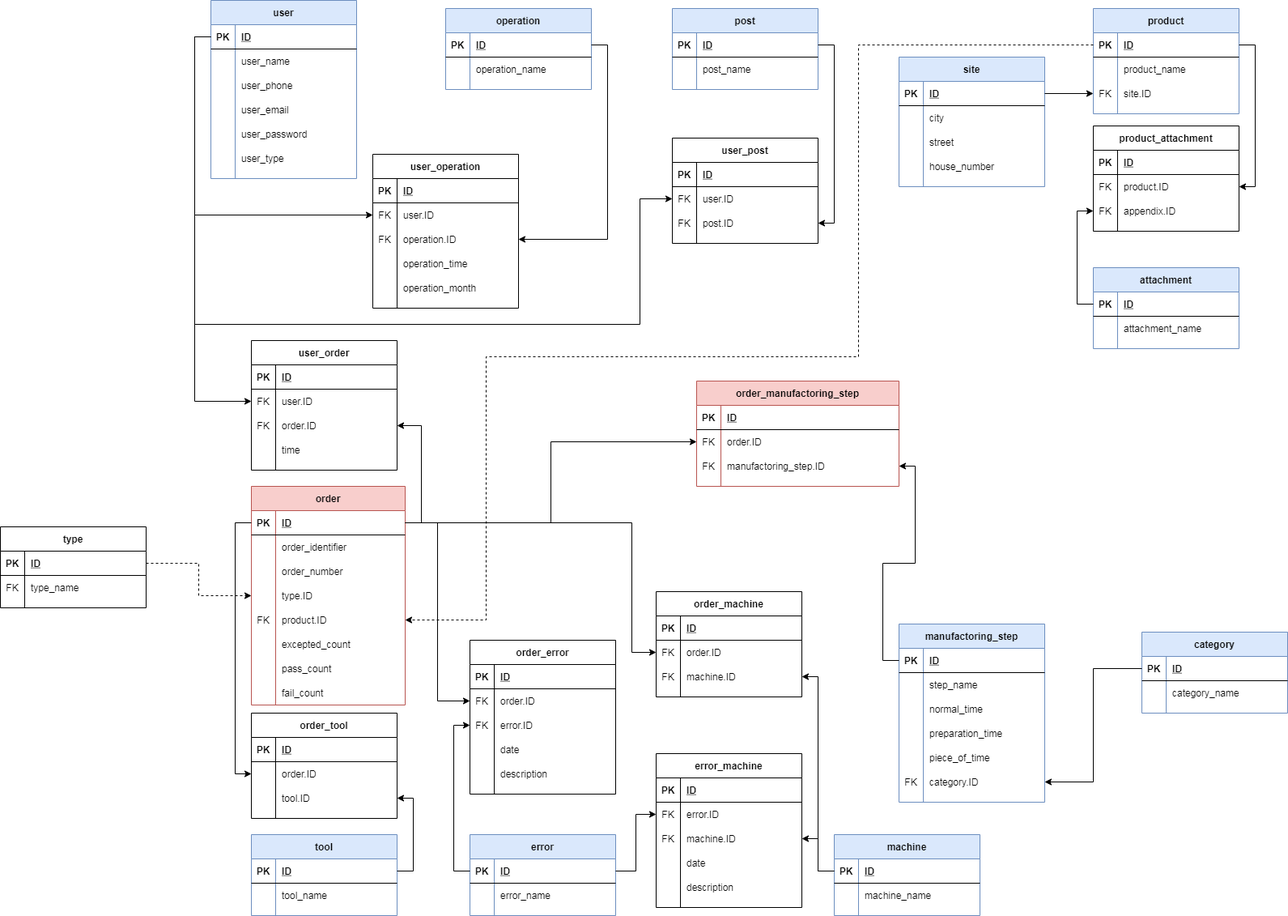
The draw.io diagram DOC/diagrams/database_plan_2_0_0.png in KerteszZoltan/mesterminal, before a commit. Source tidied: cells renumbered, new cells last; positions are measured from the earlier drawing's top-left corner, leaving out a move shared by most shapes.
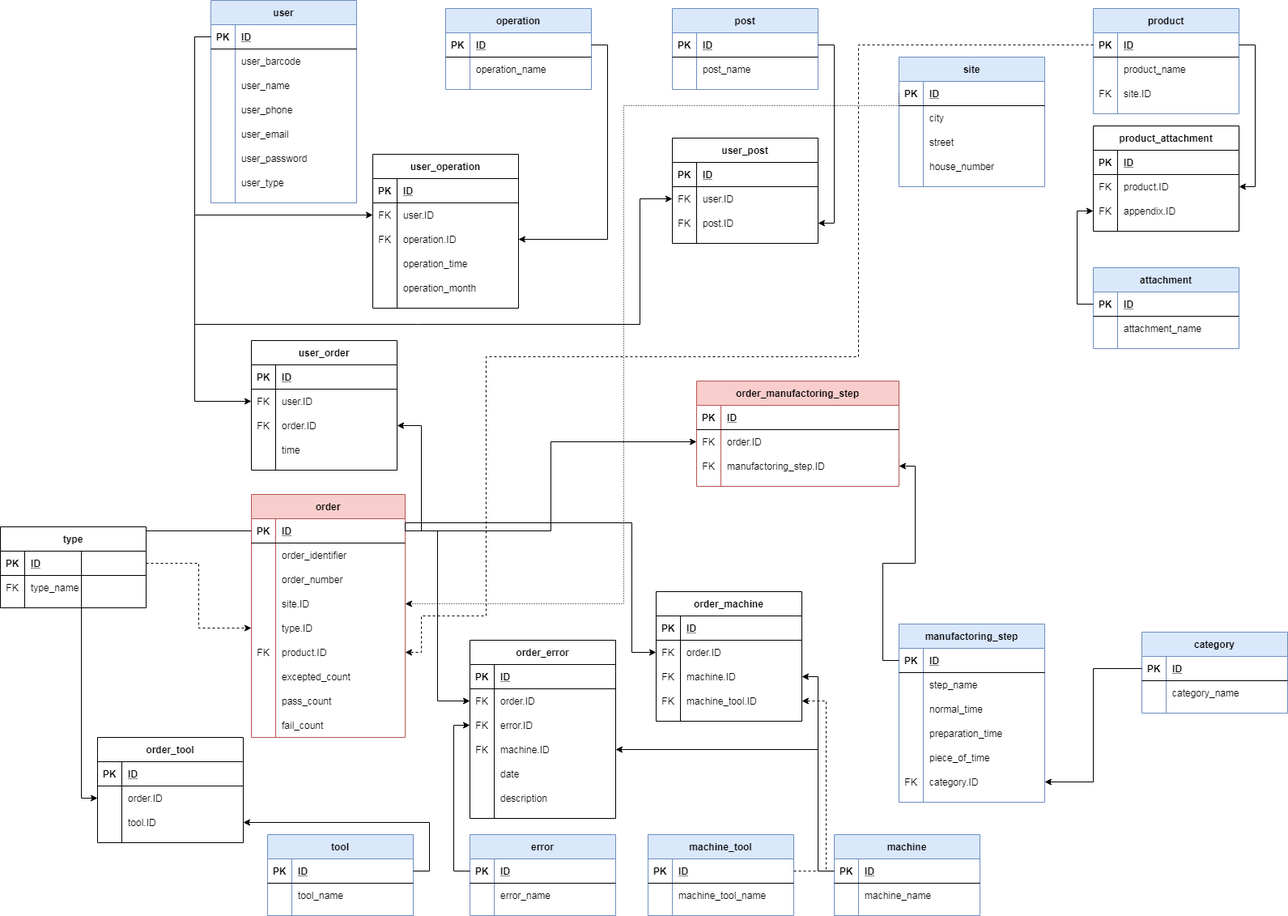
Above is the later version.

What changed in the source:
```diff
@@ -5,3 +5,3 @@
     <mxCell id="2" value="user" style="shape=table;startSize=30;rowLines=0;fontStyle=1;align=center;fillColor=#dae8fc;strokeColor=#6c8ebf;" parent="1" vertex="1">
-      <mxGeometry x="260" width="180" height="220" as="geometry" />
+      <mxGeometry x="260" width="180" height="250" as="geometry" />
     </mxCell>
@@ -22,7 +22,16 @@
     </mxCell>
-    <mxCell id="8" value="user_name" style="shape=partialRectangle;fillColor=none;top=0;left=0;bottom=0;right=0;align=left;spacingLeft=6;overflow=hidden;" parent="6" vertex="1">
+    <mxCell id="8" value="user_barcode" style="shape=partialRectangle;fillColor=none;top=0;left=0;bottom=0;right=0;align=left;spacingLeft=6;overflow=hidden;" parent="6" vertex="1">
       <mxGeometry x="30" width="150" height="30" as="geometry" />
     </mxCell>
+    <mxCell id="163" style="shape=partialRectangle;fillColor=none;top=0;left=0;bottom=0;right=0;points=[[0,0.5],[1,0.5]];portConstraint=eastwest;" parent="2" vertex="1">
+      <mxGeometry y="90" width="180" height="30" as="geometry" />
+    </mxCell>
+    <mxCell id="277" style="shape=partialRectangle;fillColor=none;top=0;left=0;bottom=0;right=0;overflow=hidden;" parent="163" vertex="1">
+      <mxGeometry width="30" height="30" as="geometry" />
+    </mxCell>
+    <mxCell id="278" value="user_name" style="shape=partialRectangle;fillColor=none;top=0;left=0;bottom=0;right=0;align=left;spacingLeft=6;overflow=hidden;" parent="163" vertex="1">
+      <mxGeometry x="30" width="150" height="30" as="geometry" />
+    </mxCell>
     <mxCell id="9" style="shape=partialRectangle;fillColor=none;top=0;left=0;bottom=0;right=0;" parent="2" vertex="1">
-      <mxGeometry y="90" width="180" height="30" as="geometry" />
+      <mxGeometry y="120" width="180" height="30" as="geometry" />
     </mxCell>
@@ -35,3 +44,3 @@
     <mxCell id="12" style="shape=partialRectangle;fillColor=none;top=0;left=0;bottom=0;right=0;" parent="2" vertex="1">
-      <mxGeometry y="120" width="180" height="30" as="geometry" />
+      <mxGeometry y="150" width="180" height="30" as="geometry" />
     </mxCell>
@@ -44,3 +53,3 @@
     <mxCell id="15" style="shape=partialRectangle;fillColor=none;top=0;left=0;bottom=0;right=0;" parent="2" vertex="1">
-      <mxGeometry y="150" width="180" height="30" as="geometry" />
+      <mxGeometry y="180" width="180" height="30" as="geometry" />
     </mxCell>
@@ -53,3 +62,3 @@
     <mxCell id="18" style="shape=partialRectangle;fillColor=none;top=0;left=0;bottom=0;right=0;" parent="2" vertex="1">
-      <mxGeometry y="180" width="180" height="30" as="geometry" />
+      <mxGeometry y="210" width="180" height="30" as="geometry" />
     </mxCell>
@@ -201,3 +210,3 @@
     <mxCell id="65" value="order" style="shape=table;startSize=30;rowLines=0;fontStyle=1;align=center;fillColor=#f8cecc;strokeColor=#b85450;" parent="1" vertex="1">
-      <mxGeometry x="310" y="600" width="190" height="270" as="geometry" />
+      <mxGeometry x="310" y="610" width="190" height="300" as="geometry" />
     </mxCell>
@@ -230,4 +239,13 @@
     </mxCell>
+    <mxCell id="279" style="shape=partialRectangle;fillColor=none;top=0;left=0;bottom=0;right=0;points=[[0,0.5],[1,0.5]];portConstraint=eastwest;" parent="65" vertex="1">
+      <mxGeometry y="120" width="190" height="30" as="geometry" />
+    </mxCell>
+    <mxCell id="280" style="shape=partialRectangle;fillColor=none;top=0;left=0;bottom=0;right=0;overflow=hidden;" parent="279" vertex="1">
+      <mxGeometry width="30" height="30" as="geometry" />
+    </mxCell>
+    <mxCell id="281" value="site.ID" style="shape=partialRectangle;fillColor=none;top=0;left=0;bottom=0;right=0;align=left;spacingLeft=6;overflow=hidden;" parent="279" vertex="1">
+      <mxGeometry x="30" width="160" height="30" as="geometry" />
+    </mxCell>
     <mxCell id="75" style="shape=partialRectangle;fillColor=none;top=0;left=0;bottom=0;right=0;points=[[0,0.5],[1,0.5]];portConstraint=eastwest;" parent="65" vertex="1">
-      <mxGeometry y="120" width="190" height="30" as="geometry" />
+      <mxGeometry y="150" width="190" height="30" as="geometry" />
     </mxCell>
@@ -240,3 +258,3 @@
     <mxCell id="78" style="shape=partialRectangle;fillColor=none;top=0;left=0;bottom=0;right=0;points=[[0,0.5],[1,0.5]];portConstraint=eastwest;" parent="65" vertex="1">
-      <mxGeometry y="150" width="190" height="30" as="geometry" />
+      <mxGeometry y="180" width="190" height="30" as="geometry" />
     </mxCell>
@@ -249,3 +267,3 @@
     <mxCell id="81" style="shape=partialRectangle;fillColor=none;top=0;left=0;bottom=0;right=0;" parent="65" vertex="1">
-      <mxGeometry y="180" width="190" height="30" as="geometry" />
+      <mxGeometry y="210" width="190" height="30" as="geometry" />
     </mxCell>
@@ -258,3 +276,3 @@
     <mxCell id="84" style="shape=partialRectangle;fillColor=none;top=0;left=0;bottom=0;right=0;" parent="65" vertex="1">
-      <mxGeometry y="210" width="190" height="30" as="geometry" />
+      <mxGeometry y="240" width="190" height="30" as="geometry" />
     </mxCell>
@@ -267,3 +285,3 @@
     <mxCell id="87" style="shape=partialRectangle;fillColor=none;top=0;left=0;bottom=0;right=0;" parent="65" vertex="1">
-      <mxGeometry y="240" width="190" height="30" as="geometry" />
+      <mxGeometry y="270" width="190" height="30" as="geometry" />
     </mxCell>
@@ -321,3 +339,3 @@
     <mxCell id="105" value="tool" style="shape=table;startSize=30;rowLines=0;fontStyle=1;align=center;fillColor=#dae8fc;strokeColor=#6c8ebf;" parent="1" vertex="1">
-      <mxGeometry x="310" y="1030" width="180" height="100" as="geometry" />
+      <mxGeometry x="330" y="1030" width="180" height="100" as="geometry" />
     </mxCell>
@@ -342,3 +360,3 @@
     <mxCell id="112" value="order_tool" style="shape=table;startSize=30;rowLines=0;fontStyle=1;align=center;" parent="1" vertex="1">
-      <mxGeometry x="310" y="880" width="180" height="130" as="geometry" />
+      <mxGeometry x="120" y="910" width="180" height="130" as="geometry" />
     </mxCell>
@@ -399,3 +417,3 @@
     <mxCell id="131" value="order_error" style="shape=table;startSize=30;rowLines=0;fontStyle=1;align=center;" parent="1" vertex="1">
-      <mxGeometry x="580" y="790" width="180" height="190" as="geometry" />
+      <mxGeometry x="580" y="790" width="180" height="220" as="geometry" />
     </mxCell>
@@ -428,4 +446,13 @@
     </mxCell>
+    <mxCell id="282" style="shape=partialRectangle;fillColor=none;top=0;left=0;bottom=0;right=0;points=[[0,0.5],[1,0.5]];portConstraint=eastwest;" parent="131" vertex="1">
+      <mxGeometry y="120" width="180" height="30" as="geometry" />
+    </mxCell>
+    <mxCell id="283" value="FK" style="shape=partialRectangle;fillColor=none;top=0;left=0;bottom=0;right=0;overflow=hidden;" parent="282" vertex="1">
+      <mxGeometry width="30" height="30" as="geometry" />
+    </mxCell>
+    <mxCell id="165" value="machine.ID" style="shape=partialRectangle;fillColor=none;top=0;left=0;bottom=0;right=0;align=left;spacingLeft=6;overflow=hidden;" parent="282" vertex="1">
+      <mxGeometry x="30" width="150" height="30" as="geometry" />
+    </mxCell>
     <mxCell id="141" style="shape=partialRectangle;fillColor=none;top=0;left=0;bottom=0;right=0;" parent="131" vertex="1">
-      <mxGeometry y="120" width="180" height="30" as="geometry" />
+      <mxGeometry y="150" width="180" height="30" as="geometry" />
     </mxCell>
@@ -438,3 +465,3 @@
     <mxCell id="144" style="shape=partialRectangle;fillColor=none;top=0;left=0;bottom=0;right=0;" parent="131" vertex="1">
-      <mxGeometry y="150" width="180" height="30" as="geometry" />
+      <mxGeometry y="180" width="180" height="30" as="geometry" />
     </mxCell>
@@ -473,58 +500,4 @@
     </mxCell>
-    <mxCell id="156" value="error_machine" style="shape=table;startSize=30;rowLines=0;fontStyle=1;align=center;" parent="1" vertex="1">
-      <mxGeometry x="810" y="930" width="180" height="190" as="geometry" />
-    </mxCell>
-    <mxCell id="157" style="shape=partialRectangle;fillColor=none;top=0;left=0;bottom=1;right=0;points=[[0,0.5],[1,0.5]];portConstraint=eastwest;" parent="156" vertex="1">
-      <mxGeometry y="30" width="180" height="30" as="geometry" />
-    </mxCell>
-    <mxCell id="158" value="PK" style="shape=partialRectangle;fillColor=none;top=0;left=0;bottom=0;right=0;fontStyle=1;overflow=hidden;" parent="157" vertex="1">
-      <mxGeometry width="30" height="30" as="geometry" />
-    </mxCell>
-    <mxCell id="159" value="ID" style="shape=partialRectangle;fillColor=none;top=0;left=0;bottom=0;right=0;align=left;spacingLeft=6;fontStyle=5;overflow=hidden;" parent="157" vertex="1">
-      <mxGeometry x="30" width="150" height="30" as="geometry" />
-    </mxCell>
-    <mxCell id="160" style="shape=partialRectangle;fillColor=none;top=0;left=0;bottom=0;right=0;points=[[0,0.5],[1,0.5]];portConstraint=eastwest;" parent="156" vertex="1">
-      <mxGeometry y="60" width="180" height="30" as="geometry" />
-    </mxCell>
-    <mxCell id="161" value="FK" style="shape=partialRectangle;fillColor=none;top=0;left=0;bottom=0;right=0;overflow=hidden;" parent="160" vertex="1">
-      <mxGeometry width="30" height="30" as="geometry" />
-    </mxCell>
-    <mxCell id="162" value="error.ID" style="shape=partialRectangle;fillColor=none;top=0;left=0;bottom=0;right=0;align=left;spacingLeft=6;overflow=hidden;" parent="160" vertex="1">
-      <mxGeometry x="30" width="150" height="30" as="geometry" />
-    </mxCell>
-    <mxCell id="163" style="shape=partialRectangle;fillColor=none;top=0;left=0;bottom=0;right=0;points=[[0,0.5],[1,0.5]];portConstraint=eastwest;" parent="156" vertex="1">
-      <mxGeometry y="90" width="180" height="30" as="geometry" />
-    </mxCell>
-    <mxCell id="164" value="FK" style="shape=partialRectangle;fillColor=none;top=0;left=0;bottom=0;right=0;overflow=hidden;" parent="163" vertex="1">
-      <mxGeometry width="30" height="30" as="geometry" />
-    </mxCell>
-    <mxCell id="165" value="machine.ID" style="shape=partialRectangle;fillColor=none;top=0;left=0;bottom=0;right=0;align=left;spacingLeft=6;overflow=hidden;" parent="163" vertex="1">
-      <mxGeometry x="30" width="150" height="30" as="geometry" />
-    </mxCell>
-    <mxCell id="166" style="shape=partialRectangle;fillColor=none;top=0;left=0;bottom=0;right=0;" parent="156" vertex="1">
-      <mxGeometry y="120" width="180" height="30" as="geometry" />
-    </mxCell>
-    <mxCell id="167" style="shape=partialRectangle;fillColor=none;top=0;left=0;bottom=0;right=0;overflow=hidden;" parent="166" vertex="1">
-      <mxGeometry width="30" height="30" as="geometry" />
-    </mxCell>
-    <mxCell id="168" value="date" style="shape=partialRectangle;fillColor=none;top=0;left=0;bottom=0;right=0;align=left;spacingLeft=6;overflow=hidden;" parent="166" vertex="1">
-      <mxGeometry x="30" width="150" height="30" as="geometry" />
-    </mxCell>
-    <mxCell id="169" style="shape=partialRectangle;fillColor=none;top=0;left=0;bottom=0;right=0;" parent="156" vertex="1">
-      <mxGeometry y="150" width="180" height="30" as="geometry" />
-    </mxCell>
-    <mxCell id="170" style="shape=partialRectangle;fillColor=none;top=0;left=0;bottom=0;right=0;overflow=hidden;" parent="169" vertex="1">
-      <mxGeometry width="30" height="30" as="geometry" />
-    </mxCell>
-    <mxCell id="171" value="description" style="shape=partialRectangle;fillColor=none;top=0;left=0;bottom=0;right=0;align=left;spacingLeft=6;overflow=hidden;" parent="169" vertex="1">
-      <mxGeometry x="30" width="150" height="30" as="geometry" />
-    </mxCell>
-    <mxCell id="172" style="edgeStyle=orthogonalEdgeStyle;rounded=0;jettySize=auto;html=1;exitX=0;exitY=0.5;exitDx=0;exitDy=0;entryX=1;entryY=0.5;entryDx=0;entryDy=0;" parent="1" edge="1" source="150" target="163">
-      <mxGeometry relative="1" as="geometry" />
-    </mxCell>
-    <mxCell id="173" style="edgeStyle=orthogonalEdgeStyle;rounded=0;jettySize=auto;html=1;exitX=1;exitY=0.5;exitDx=0;exitDy=0;entryX=0;entryY=0.5;entryDx=0;entryDy=0;" parent="1" edge="1" source="125" target="160">
-      <mxGeometry relative="1" as="geometry" />
-    </mxCell>
     <mxCell id="174" value="order_machine" style="shape=table;startSize=30;rowLines=0;fontStyle=1;align=center;" parent="1" vertex="1">
-      <mxGeometry x="810" y="730" width="180" height="130" as="geometry" />
+      <mxGeometry x="810" y="730" width="180" height="160" as="geometry" />
     </mxCell>
@@ -557,2 +530,11 @@
     </mxCell>
+    <mxCell id="284" style="shape=partialRectangle;fillColor=none;top=0;left=0;bottom=0;right=0;points=[[0,0.5],[1,0.5]];portConstraint=eastwest;" parent="174" vertex="1">
+      <mxGeometry y="120" width="180" height="30" as="geometry" />
+    </mxCell>
+    <mxCell id="285" value="FK" style="shape=partialRectangle;fillColor=none;top=0;left=0;bottom=0;right=0;overflow=hidden;" parent="284" vertex="1">
+      <mxGeometry width="30" height="30" as="geometry" />
+    </mxCell>
+    <mxCell id="286" value="machine_tool.ID" style="shape=partialRectangle;fillColor=none;top=0;left=0;bottom=0;right=0;align=left;spacingLeft=6;overflow=hidden;" parent="284" vertex="1">
+      <mxGeometry x="30" width="150" height="30" as="geometry" />
+    </mxCell>
     <mxCell id="184" style="edgeStyle=orthogonalEdgeStyle;rounded=0;jettySize=auto;html=1;exitX=0;exitY=0.5;exitDx=0;exitDy=0;entryX=1;entryY=0.5;entryDx=0;entryDy=0;" parent="1" edge="1" source="150" target="181">
@@ -658,5 +640,2 @@
     </mxCell>
-    <mxCell id="216" style="edgeStyle=orthogonalEdgeStyle;rounded=0;jettySize=auto;html=1;exitX=1;exitY=0.5;exitDx=0;exitDy=0;entryX=0;entryY=0.5;entryDx=0;entryDy=0;" parent="1" edge="1" source="194" target="213">
-      <mxGeometry relative="1" as="geometry" />
-    </mxCell>
     <mxCell id="217" value="attachment" style="shape=table;startSize=30;rowLines=0;fontStyle=1;align=center;fillColor=#dae8fc;strokeColor=#6c8ebf;" parent="1" vertex="1">
@@ -841,3 +820,5 @@
           <mxPoint x="600" y="440" />
-          <mxPoint x="600" y="765" />
+          <mxPoint x="600" y="760" />
+          <mxPoint x="520" y="760" />
+          <mxPoint x="520" y="805" />
         </Array>
@@ -848,2 +829,48 @@
     </mxCell>
+    <mxCell id="287" value="machine_tool" style="shape=table;startSize=30;rowLines=0;fontStyle=1;align=center;fillColor=#dae8fc;strokeColor=#6c8ebf;" parent="1" vertex="1">
+      <mxGeometry x="800" y="1030" width="180" height="100" as="geometry" />
+    </mxCell>
+    <mxCell id="157" style="shape=partialRectangle;fillColor=none;top=0;left=0;bottom=1;right=0;points=[[0,0.5],[1,0.5]];portConstraint=eastwest;" parent="287" vertex="1">
+      <mxGeometry y="30" width="180" height="30" as="geometry" />
+    </mxCell>
+    <mxCell id="158" value="PK" style="shape=partialRectangle;fillColor=none;top=0;left=0;bottom=0;right=0;fontStyle=1;overflow=hidden;" parent="157" vertex="1">
+      <mxGeometry width="30" height="30" as="geometry" />
+    </mxCell>
+    <mxCell id="159" value="ID" style="shape=partialRectangle;fillColor=none;top=0;left=0;bottom=0;right=0;align=left;spacingLeft=6;fontStyle=5;overflow=hidden;" parent="157" vertex="1">
+      <mxGeometry x="30" width="150" height="30" as="geometry" />
+    </mxCell>
+    <mxCell id="160" style="shape=partialRectangle;fillColor=none;top=0;left=0;bottom=0;right=0;points=[[0,0.5],[1,0.5]];portConstraint=eastwest;" parent="287" vertex="1">
+      <mxGeometry y="60" width="180" height="30" as="geometry" />
+    </mxCell>
+    <mxCell id="288" style="shape=partialRectangle;fillColor=none;top=0;left=0;bottom=0;right=0;overflow=hidden;" parent="160" vertex="1">
+      <mxGeometry width="30" height="30" as="geometry" />
+    </mxCell>
+    <mxCell id="289" value="machine_tool_name" style="shape=partialRectangle;fillColor=none;top=0;left=0;bottom=0;right=0;align=left;spacingLeft=6;overflow=hidden;" parent="160" vertex="1">
+      <mxGeometry x="30" width="150" height="30" as="geometry" />
+    </mxCell>
+    <mxCell id="290" style="edgeStyle=orthogonalEdgeStyle;rounded=0;jettySize=auto;html=1;exitX=0;exitY=0.5;exitDx=0;exitDy=0;entryX=1;entryY=0.5;entryDx=0;entryDy=0;" parent="1" edge="1" source="150" target="282">
+      <mxGeometry relative="1" as="geometry">
+        <Array as="points">
+          <mxPoint x="1010" y="1075" />
+          <mxPoint x="1010" y="925" />
+        </Array>
+      </mxGeometry>
+    </mxCell>
+    <mxCell id="291" style="edgeStyle=orthogonalEdgeStyle;rounded=0;jettySize=auto;html=1;exitX=1;exitY=0.5;exitDx=0;exitDy=0;entryX=1;entryY=0.5;entryDx=0;entryDy=0;dashed=1;" parent="1" edge="1" source="157" target="284">
+      <mxGeometry relative="1" as="geometry">
+        <Array as="points">
+          <mxPoint x="1020" y="1075" />
+          <mxPoint x="1020" y="865" />
+        </Array>
+      </mxGeometry>
+    </mxCell>
+    <mxCell id="292" style="edgeStyle=orthogonalEdgeStyle;rounded=0;jettySize=auto;html=1;exitX=0;exitY=0.5;exitDx=0;exitDy=0;entryX=1;entryY=0.5;entryDx=0;entryDy=0;dashed=1;dashPattern=1 2;" parent="1" edge="1" source="194" target="279">
+      <mxGeometry relative="1" as="geometry">
+        <Array as="points">
+          <mxPoint x="1110" y="130" />
+          <mxPoint x="770" y="130" />
+          <mxPoint x="770" y="745" />
+        </Array>
+      </mxGeometry>
+    </mxCell>
   </root>
```
